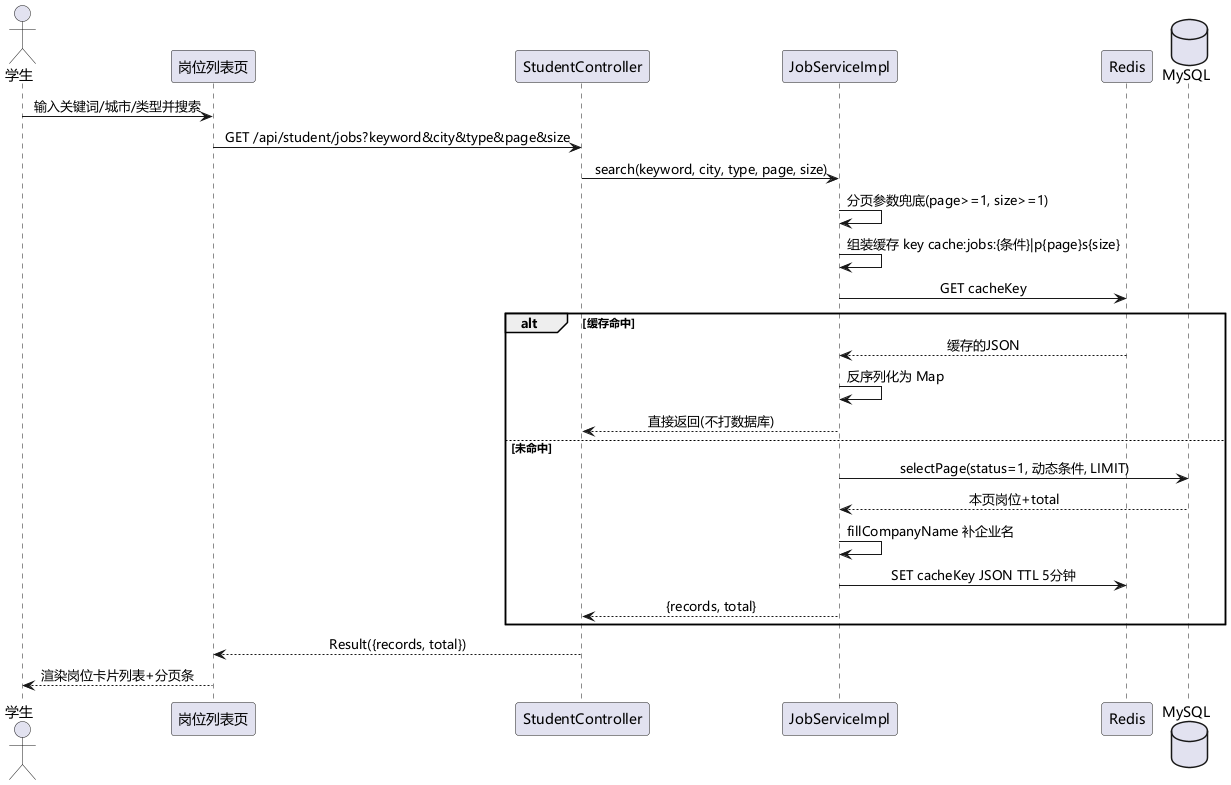
Before: uml/png/季磊/学生岗位搜索时序图.png, a diagram exported from PlantUML (sheep7-bot/recruit-internship-system). The source it was exported from:
```plantuml
@startuml 学生岗位搜索时序图
skinparam defaultFontName "Microsoft YaHei"
skinparam sequenceMessageAlign center

actor "学生" as stu
participant "岗位列表页" as web
participant "StudentController" as ctl
participant "JobServiceImpl" as svc
participant "Redis" as redis
database "MySQL" as db

stu -> web : 输入关键词/城市/类型并搜索
web -> ctl : GET /api/student/jobs?keyword&city&type&page&size
ctl -> svc : search(keyword, city, type, page, size)
svc -> svc : 分页参数兜底(page>=1, size>=1)
svc -> svc : 组装缓存 key cache:jobs:{条件}|p{page}s{size}
svc -> redis : GET cacheKey
alt 缓存命中
  redis --> svc : 缓存的JSON
  svc -> svc : 反序列化为 Map
  svc --> ctl : 直接返回(不打数据库)
else 未命中
  svc -> db : selectPage(status=1, 动态条件, LIMIT)
  db --> svc : 本页岗位+total
  svc -> svc : fillCompanyName 补企业名
  svc -> redis : SET cacheKey JSON TTL 5分钟
  svc --> ctl : {records, total}
end
ctl --> web : Result({records, total})
web --> stu : 渲染岗位卡片列表+分页条
@enduml
```
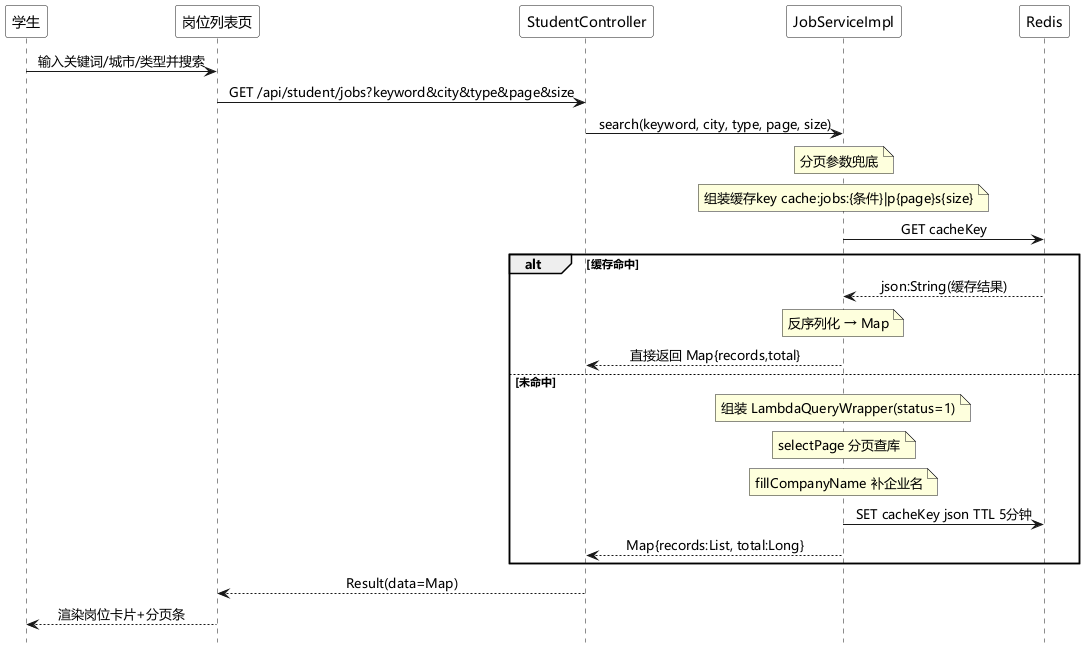
The same diagram one commit later.

Change to the diagram source:
```diff
@@ -1,31 +1,52 @@
 @startuml 学生岗位搜索时序图
 skinparam defaultFontName "Microsoft YaHei"
+hide footbox
+<style>
+participant {
+  FontColor white
+  BorderColor white
+  BackgroundColor white
+}
+sequenceDiagram {
+  FontColor black
+}
+</style>
 skinparam sequenceMessageAlign center
-
-actor "学生" as stu
+participant "学生" as stu
 participant "岗位列表页" as web
 participant "StudentController" as ctl
 participant "JobServiceImpl" as svc
 participant "Redis" as redis
-database "MySQL" as db
-
 stu -> web : 输入关键词/城市/类型并搜索
 web -> ctl : GET /api/student/jobs?keyword&city&type&page&size
 ctl -> svc : search(keyword, city, type, page, size)
-svc -> svc : 分页参数兜底(page>=1, size>=1)
-svc -> svc : 组装缓存 key cache:jobs:{条件}|p{page}s{size}
+note over svc
+  分页参数兜底
+end note
+note over svc
+  组装缓存key cache:jobs:{条件}|p{page}s{size}
+end note
 svc -> redis : GET cacheKey
 alt 缓存命中
-  redis --> svc : 缓存的JSON
-  svc -> svc : 反序列化为 Map
-  svc --> ctl : 直接返回(不打数据库)
+  redis --> svc : json:String(缓存结果)
+  note over svc
+    反序列化 → Map
+  end note
+  svc --> ctl : 直接返回 Map{records,total}
 else 未命中
-  svc -> db : selectPage(status=1, 动态条件, LIMIT)
-  db --> svc : 本页岗位+total
-  svc -> svc : fillCompanyName 补企业名
-  svc -> redis : SET cacheKey JSON TTL 5分钟
-  svc --> ctl : {records, total}
+  note over svc
+    组装 LambdaQueryWrapper(status=1)
+  end note
+  note over svc
+    selectPage 分页查库
+  end note
+  note over svc
+    fillCompanyName 补企业名
+  end note
+  svc -> redis : SET cacheKey json TTL 5分钟
+  svc --> ctl : Map{records:List, total:Long}
 end
-ctl --> web : Result({records, total})
-web --> stu : 渲染岗位卡片列表+分页条
+ctl --> web : Result(data=Map)
+web --> stu : 渲染岗位卡片+分页条
+
 @enduml
```
